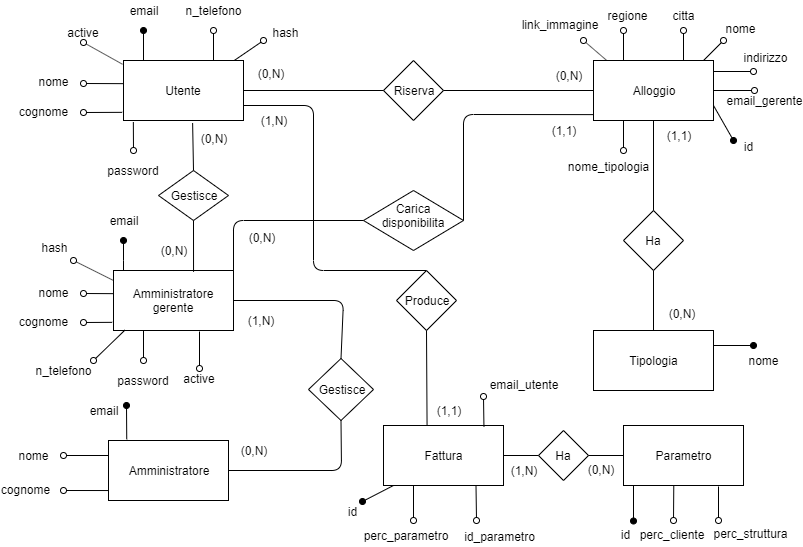
Before: Progettazione/Database.png, a diagram exported from draw.io (mattialazzaroni/Gestione-alloggi). Source tidied: cells renumbered, new cells last; positions are measured from the earlier drawing's top-left corner, leaving out a move shared by most shapes.
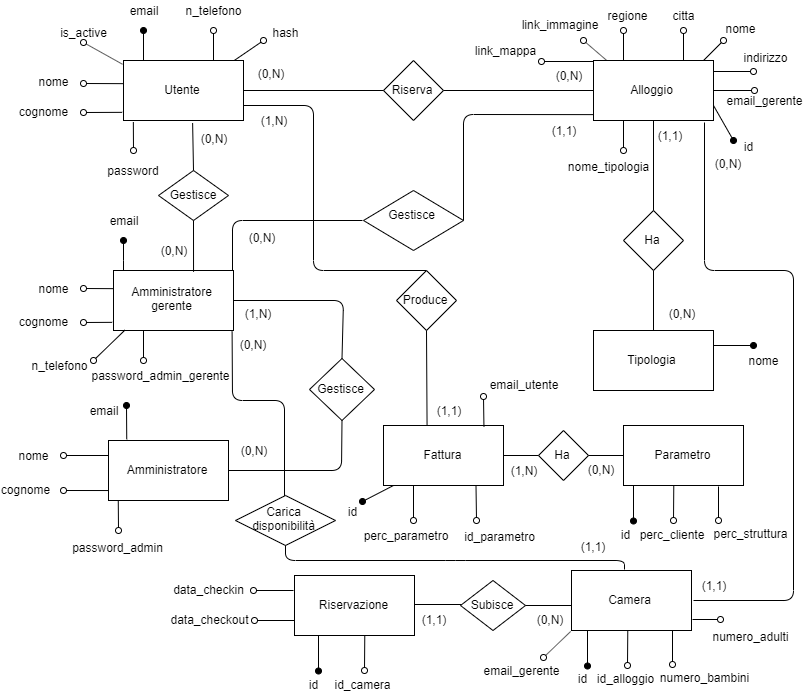
The same file after the commit.

The edit, as a diff of the source:
```diff
@@ -102,14 +102,15 @@
     <mxCell id="28" value="nome" style="text;html=1;strokeColor=none;fillColor=none;align=center;verticalAlign=middle;whiteSpace=wrap;rounded=0;fontSize=12;" parent="1" vertex="1">
       <mxGeometry x="738" y="350" width="40" height="20" as="geometry" />
     </mxCell>
-    <mxCell id="29" value="Carica disponibilita" style="rhombus;whiteSpace=wrap;html=1;fontSize=12;verticalAlign=middle;textDirection=ltr;spacingBottom=10;" parent="1" vertex="1">
+    <mxCell id="29" value="Gestisce" style="rhombus;whiteSpace=wrap;html=1;fontSize=12;verticalAlign=middle;textDirection=ltr;spacingBottom=10;" parent="1" vertex="1">
       <mxGeometry x="358" y="190" width="100" height="60" as="geometry" />
     </mxCell>
-    <mxCell id="30" style="endArrow=none;html=1;fontSize=12;exitX=0;exitY=0.5;exitDx=0;exitDy=0;" parent="1" edge="1" source="29">
+    <mxCell id="30" style="endArrow=none;html=1;fontSize=12;exitX=0;exitY=0.5;exitDx=0;exitDy=0;" parent="1" edge="1">
       <mxGeometry relative="1" as="geometry">
-        <mxPoint x="228" y="270" as="targetPoint" />
+        <mxPoint x="357" y="220" as="sourcePoint" />
+        <mxPoint x="227" y="270" as="targetPoint" />
         <Array as="points">
-          <mxPoint x="228" y="220" />
+          <mxPoint x="227" y="220" />
         </Array>
       </mxGeometry>
     </mxCell>
@@ -136,13 +137,14 @@
     <mxCell id="34" value="email" style="text;html=1;strokeColor=none;fillColor=none;align=center;verticalAlign=middle;whiteSpace=wrap;rounded=0;" parent="1" vertex="1">
       <mxGeometry x="78" y="210" width="80" height="20" as="geometry" />
     </mxCell>
-    <mxCell id="35" style="endArrow=none;html=1;entryX=0;entryY=0.386;entryDx=0;entryDy=0;startArrow=oval;startFill=0;entryPerimeter=0;" parent="1" edge="1" target="33">
+    <mxCell id="35" style="endArrow=none;html=1;entryX=0;entryY=0.386;entryDx=0;entryDy=0;startArrow=oval;startFill=0;entryPerimeter=0;" parent="1" edge="1">
       <mxGeometry relative="1" as="geometry">
-        <mxPoint x="78" y="293" as="sourcePoint" />
+        <mxPoint x="78" y="288" as="sourcePoint" />
+        <mxPoint x="108" y="288.2" as="targetPoint" />
       </mxGeometry>
     </mxCell>
     <mxCell id="36" value="nome" style="text;html=1;strokeColor=none;fillColor=none;align=center;verticalAlign=middle;whiteSpace=wrap;rounded=0;fontSize=12;" parent="1" vertex="1">
-      <mxGeometry x="28" y="282" width="40" height="20" as="geometry" />
+      <mxGeometry x="28" y="278" width="40" height="20" as="geometry" />
     </mxCell>
     <mxCell id="37" style="endArrow=none;html=1;entryX=-0.011;entryY=0.864;entryDx=0;entryDy=0;startArrow=oval;startFill=0;entryPerimeter=0;" parent="1" edge="1" target="33">
       <mxGeometry relative="1" as="geometry">
@@ -158,15 +160,15 @@
       </mxGeometry>
     </mxCell>
     <mxCell id="40" value="n_telefono" style="text;html=1;strokeColor=none;fillColor=none;align=center;verticalAlign=middle;whiteSpace=wrap;rounded=0;fontSize=12;" parent="1" vertex="1">
-      <mxGeometry x="38" y="360" width="40" height="20" as="geometry" />
+      <mxGeometry x="34" y="355" width="40" height="20" as="geometry" />
     </mxCell>
     <mxCell id="41" style="endArrow=none;html=1;fontSize=12;entryX=0.25;entryY=1;entryDx=0;entryDy=0;startArrow=oval;startFill=0;" parent="1" edge="1" target="33">
       <mxGeometry relative="1" as="geometry">
         <mxPoint x="138" y="360" as="sourcePoint" />
       </mxGeometry>
     </mxCell>
-    <mxCell id="42" value="password" style="text;html=1;strokeColor=none;fillColor=none;align=center;verticalAlign=middle;whiteSpace=wrap;rounded=0;fontSize=12;" parent="1" vertex="1">
-      <mxGeometry x="118" y="370" width="40" height="20" as="geometry" />
+    <mxCell id="42" value="password_admin_gerente" style="text;html=1;strokeColor=none;fillColor=none;align=center;verticalAlign=middle;whiteSpace=wrap;rounded=0;fontSize=12;" parent="1" vertex="1">
+      <mxGeometry x="135" y="365" width="40" height="20" as="geometry" />
     </mxCell>
     <mxCell id="43" value="Gestisce" style="rhombus;whiteSpace=wrap;html=1;fontSize=12;" parent="1" vertex="1">
       <mxGeometry x="153" y="170" width="70" height="50" as="geometry" />
@@ -190,7 +192,7 @@
       <mxGeometry x="543" y="65" width="40" height="20" as="geometry" />
     </mxCell>
     <mxCell id="50" value="(1,1)" style="text;html=1;strokeColor=none;fillColor=none;align=center;verticalAlign=middle;whiteSpace=wrap;rounded=0;fontSize=12;" parent="1" vertex="1">
-      <mxGeometry x="653" y="125" width="40" height="20" as="geometry" />
+      <mxGeometry x="644" y="125" width="40" height="20" as="geometry" />
     </mxCell>
     <mxCell id="51" value="(0,N)" style="text;html=1;strokeColor=none;fillColor=none;align=center;verticalAlign=middle;whiteSpace=wrap;rounded=0;fontSize=12;" parent="1" vertex="1">
       <mxGeometry x="656" y="303" width="40" height="20" as="geometry" />
@@ -232,7 +234,7 @@
       <mxGeometry x="378" y="425" width="120" height="60" as="geometry" />
     </mxCell>
     <mxCell id="62" value="Gestisce" style="rhombus;whiteSpace=wrap;html=1;" parent="1" vertex="1">
-      <mxGeometry x="303" y="358" width="65" height="62" as="geometry" />
+      <mxGeometry x="304" y="358" width="65" height="62" as="geometry" />
     </mxCell>
     <mxCell id="63" style="endArrow=none;html=1;entryX=1;entryY=0.5;entryDx=0;entryDy=0;exitX=0.5;exitY=0;exitDx=0;exitDy=0;" parent="1" edge="1" source="62" target="33">
       <mxGeometry relative="1" as="geometry">
@@ -252,7 +254,7 @@
       <mxGeometry x="228" y="440" width="40" height="20" as="geometry" />
     </mxCell>
     <mxCell id="66" value="(1,N)" style="text;html=1;strokeColor=none;fillColor=none;align=center;verticalAlign=middle;whiteSpace=wrap;rounded=0;" parent="1" vertex="1">
-      <mxGeometry x="235" y="310" width="40" height="20" as="geometry" />
+      <mxGeometry x="232" y="303" width="40" height="20" as="geometry" />
     </mxCell>
     <mxCell id="67" style="endArrow=none;html=1;entryX=1;entryY=0.75;entryDx=0;entryDy=0;exitX=0.5;exitY=0;exitDx=0;exitDy=0;" parent="1" edge="1" source="68" target="3">
       <mxGeometry relative="1" as="geometry">
@@ -373,29 +375,12 @@
     <mxCell id="97" value="hash" style="text;html=1;strokeColor=none;fillColor=none;align=center;verticalAlign=middle;whiteSpace=wrap;rounded=0;" parent="1" vertex="1">
       <mxGeometry x="260" y="22" width="40" height="20" as="geometry" />
     </mxCell>
-    <mxCell id="98" style="endArrow=none;html=1;startArrow=oval;startFill=0;" parent="1" edge="1">
-      <mxGeometry relative="1" as="geometry">
-        <mxPoint x="68" y="260" as="sourcePoint" />
-        <mxPoint x="108" y="280" as="targetPoint" />
-      </mxGeometry>
-    </mxCell>
-    <mxCell id="99" value="hash" style="text;html=1;strokeColor=none;fillColor=none;align=center;verticalAlign=middle;whiteSpace=wrap;rounded=0;" parent="1" vertex="1">
-      <mxGeometry x="28.5" y="237" width="40" height="20" as="geometry" />
-    </mxCell>
     <mxCell id="100" style="endArrow=none;html=1;startArrow=oval;startFill=0;entryX=-0.008;entryY=0.063;entryDx=0;entryDy=0;entryPerimeter=0;exitX=0.5;exitY=1;exitDx=0;exitDy=0;" parent="1" edge="1" source="101" target="3">
       <mxGeometry relative="1" as="geometry" />
     </mxCell>
-    <mxCell id="101" value="active" style="text;html=1;strokeColor=none;fillColor=none;align=center;verticalAlign=middle;whiteSpace=wrap;rounded=0;" parent="1" vertex="1">
+    <mxCell id="101" value="is_active" style="text;html=1;strokeColor=none;fillColor=none;align=center;verticalAlign=middle;whiteSpace=wrap;rounded=0;" parent="1" vertex="1">
       <mxGeometry x="58" y="22" width="40" height="20" as="geometry" />
     </mxCell>
-    <mxCell id="102" style="endArrow=none;html=1;startArrow=oval;startFill=0;exitX=0.5;exitY=0;exitDx=0;exitDy=0;" parent="1" edge="1" source="103">
-      <mxGeometry relative="1" as="geometry">
-        <mxPoint x="194" y="331" as="targetPoint" />
-      </mxGeometry>
-    </mxCell>
-    <mxCell id="103" value="active" style="text;html=1;strokeColor=none;fillColor=none;align=center;verticalAlign=middle;whiteSpace=wrap;rounded=0;" parent="1" vertex="1">
-      <mxGeometry x="174" y="368" width="40" height="20" as="geometry" />
-    </mxCell>
     <mxCell id="104" style="endArrow=none;html=1;fontSize=12;startArrow=oval;startFill=0;entryX=0.11;entryY=-0.001;entryDx=0;entryDy=0;entryPerimeter=0;" parent="1" edge="1" target="5">
       <mxGeometry relative="1" as="geometry">
         <mxPoint x="578" y="40" as="sourcePoint" />
@@ -421,5 +406,176 @@
     <mxCell id="109" value="indirizzo" style="text;html=1;strokeColor=none;fillColor=none;align=center;verticalAlign=middle;whiteSpace=wrap;rounded=0;fontSize=12;" parent="1" vertex="1">
       <mxGeometry x="740" y="47" width="40" height="20" as="geometry" />
     </mxCell>
+    <mxCell id="110" style="endArrow=none;html=1;fontSize=12;" parent="1" edge="1">
+      <mxGeometry relative="1" as="geometry">
+        <mxPoint x="699" y="122" as="sourcePoint" />
+        <mxPoint x="688" y="600" as="targetPoint" />
+        <Array as="points">
+          <mxPoint x="699" y="270" />
+          <mxPoint x="788" y="270" />
+          <mxPoint x="788" y="600" />
+        </Array>
+      </mxGeometry>
+    </mxCell>
+    <mxCell id="111" value="Camera" style="rounded=0;whiteSpace=wrap;html=1;" parent="1" vertex="1">
+      <mxGeometry x="566" y="570" width="120" height="60" as="geometry" />
+    </mxCell>
+    <mxCell id="112" value="Subisce" style="rhombus;whiteSpace=wrap;html=1;" parent="1" vertex="1">
+      <mxGeometry x="455" y="580" width="65" height="50" as="geometry" />
+    </mxCell>
+    <mxCell id="113" style="endArrow=none;html=1;entryX=1;entryY=0.5;entryDx=0;entryDy=0;" parent="1" edge="1" target="112">
+      <mxGeometry relative="1" as="geometry">
+        <mxPoint x="566" y="605" as="sourcePoint" />
+      </mxGeometry>
+    </mxCell>
+    <mxCell id="114" style="endArrow=none;html=1;entryX=1;entryY=0.5;entryDx=0;entryDy=0;" parent="1" edge="1">
+      <mxGeometry relative="1" as="geometry">
+        <mxPoint x="456" y="604" as="sourcePoint" />
+        <mxPoint x="407" y="604" as="targetPoint" />
+      </mxGeometry>
+    </mxCell>
+    <mxCell id="115" value="Riservazione" style="rounded=0;whiteSpace=wrap;html=1;" parent="1" vertex="1">
+      <mxGeometry x="289" y="575" width="120" height="60" as="geometry" />
+    </mxCell>
+    <mxCell id="116" style="endArrow=none;html=1;fontSize=12;exitX=0.98;exitY=1.017;exitDx=0;exitDy=0;exitPerimeter=0;" parent="1" edge="1">
+      <mxGeometry relative="1" as="geometry">
+        <mxPoint x="226.6" y="331" as="sourcePoint" />
+        <mxPoint x="279" y="510" as="targetPoint" />
+        <Array as="points">
+          <mxPoint x="227" y="400" />
+          <mxPoint x="279" y="400" />
+        </Array>
+      </mxGeometry>
+    </mxCell>
+    <mxCell id="117" value="Carica disponibilità" style="rhombus;whiteSpace=wrap;html=1;" parent="1" vertex="1">
+      <mxGeometry x="230" y="495" width="100" height="50" as="geometry" />
+    </mxCell>
+    <mxCell id="118" style="endArrow=none;html=1;entryX=0.5;entryY=1;entryDx=0;entryDy=0;exitX=0.425;exitY=-0.017;exitDx=0;exitDy=0;exitPerimeter=0;" parent="1" edge="1">
+      <mxGeometry relative="1" as="geometry">
+        <mxPoint x="619" y="569" as="sourcePoint" />
+        <mxPoint x="280" y="545" as="targetPoint" />
+        <Array as="points">
+          <mxPoint x="619" y="560" />
+          <mxPoint x="450" y="560" />
+          <mxPoint x="280" y="560" />
+        </Array>
+      </mxGeometry>
+    </mxCell>
+    <mxCell id="119" value="(1,1)" style="text;html=1;strokeColor=none;fillColor=none;align=center;verticalAlign=middle;whiteSpace=wrap;rounded=0;fontSize=12;" parent="1" vertex="1">
+      <mxGeometry x="688" y="575" width="40" height="20" as="geometry" />
+    </mxCell>
+    <mxCell id="120" value="(0,N)" style="text;html=1;strokeColor=none;fillColor=none;align=center;verticalAlign=middle;whiteSpace=wrap;rounded=0;fontSize=12;" parent="1" vertex="1">
+      <mxGeometry x="702" y="153" width="40" height="20" as="geometry" />
+    </mxCell>
+    <mxCell id="121" value="(0,N)" style="text;html=1;strokeColor=none;fillColor=none;align=center;verticalAlign=middle;whiteSpace=wrap;rounded=0;" parent="1" vertex="1">
+      <mxGeometry x="227" y="334" width="40" height="20" as="geometry" />
+    </mxCell>
+    <mxCell id="122" value="(1,1)" style="text;html=1;strokeColor=none;fillColor=none;align=center;verticalAlign=middle;whiteSpace=wrap;rounded=0;" parent="1" vertex="1">
+      <mxGeometry x="567" y="536" width="40" height="20" as="geometry" />
+    </mxCell>
+    <mxCell id="123" value="(0,N)" style="text;html=1;strokeColor=none;fillColor=none;align=center;verticalAlign=middle;whiteSpace=wrap;rounded=0;fontSize=12;" parent="1" vertex="1">
+      <mxGeometry x="524" y="609" width="40" height="20" as="geometry" />
+    </mxCell>
+    <mxCell id="124" value="(1,1)" style="text;html=1;strokeColor=none;fillColor=none;align=center;verticalAlign=middle;whiteSpace=wrap;rounded=0;fontSize=12;" parent="1" vertex="1">
+      <mxGeometry x="408" y="609" width="40" height="20" as="geometry" />
+    </mxCell>
+    <mxCell id="125" style="endArrow=none;html=1;fontSize=12;startArrow=oval;startFill=0;entryX=0.013;entryY=0.05;entryDx=0;entryDy=0;entryPerimeter=0;" parent="1" edge="1">
+      <mxGeometry relative="1" as="geometry">
+        <mxPoint x="536" y="61" as="sourcePoint" />
+        <mxPoint x="587.6" y="61" as="targetPoint" />
+      </mxGeometry>
+    </mxCell>
+    <mxCell id="126" value="link_mappa" style="text;html=1;strokeColor=none;fillColor=none;align=center;verticalAlign=middle;whiteSpace=wrap;rounded=0;fontSize=12;" parent="1" vertex="1">
+      <mxGeometry x="480" y="40" width="40" height="20" as="geometry" />
+    </mxCell>
+    <mxCell id="127" style="endArrow=none;html=1;fontSize=12;startArrow=oval;startFill=0;entryX=-0.002;entryY=0.834;entryDx=0;entryDy=0;entryPerimeter=0;" parent="1" edge="1">
+      <mxGeometry relative="1" as="geometry">
+        <mxPoint x="113" y="530" as="sourcePoint" />
+        <mxPoint x="112.8" y="500" as="targetPoint" />
+      </mxGeometry>
+    </mxCell>
+    <mxCell id="128" value="password_admin" style="text;html=1;strokeColor=none;fillColor=none;align=center;verticalAlign=middle;whiteSpace=wrap;rounded=0;fontSize=12;" parent="1" vertex="1">
+      <mxGeometry x="92" y="537" width="40" height="20" as="geometry" />
+    </mxCell>
+    <mxCell id="129" style="endArrow=none;html=1;startArrow=oval;startFill=1;" parent="1" edge="1">
+      <mxGeometry relative="1" as="geometry">
+        <mxPoint x="582" y="665.5" as="sourcePoint" />
+        <mxPoint x="582" y="630" as="targetPoint" />
+      </mxGeometry>
+    </mxCell>
+    <mxCell id="130" value="id" style="text;html=1;strokeColor=none;fillColor=none;align=center;verticalAlign=middle;whiteSpace=wrap;rounded=0;" parent="1" vertex="1">
+      <mxGeometry x="557" y="668" width="40" height="20" as="geometry" />
+    </mxCell>
+    <mxCell id="131" style="endArrow=none;html=1;entryX=0.419;entryY=0.997;entryDx=0;entryDy=0;entryPerimeter=0;startArrow=oval;startFill=0;" parent="1" edge="1">
+      <mxGeometry relative="1" as="geometry">
+        <mxPoint x="622" y="665" as="sourcePoint" />
+        <mxPoint x="622.3" y="629.8" as="targetPoint" />
+      </mxGeometry>
+    </mxCell>
+    <mxCell id="132" style="endArrow=none;html=1;startArrow=oval;startFill=0;" parent="1" edge="1">
+      <mxGeometry relative="1" as="geometry">
+        <mxPoint x="667" y="664" as="sourcePoint" />
+        <mxPoint x="667" y="630" as="targetPoint" />
+      </mxGeometry>
+    </mxCell>
+    <mxCell id="133" value="id_alloggio" style="text;html=1;strokeColor=none;fillColor=none;align=center;verticalAlign=middle;whiteSpace=wrap;rounded=0;" parent="1" vertex="1">
+      <mxGeometry x="600" y="668" width="40" height="20" as="geometry" />
+    </mxCell>
+    <mxCell id="134" value="numero_bambini" style="text;html=1;strokeColor=none;fillColor=none;align=center;verticalAlign=middle;whiteSpace=wrap;rounded=0;" parent="1" vertex="1">
+      <mxGeometry x="679" y="667" width="40" height="20" as="geometry" />
+    </mxCell>
+    <mxCell id="135" style="endArrow=none;html=1;startArrow=oval;startFill=1;" parent="1" edge="1">
+      <mxGeometry relative="1" as="geometry">
+        <mxPoint x="313" y="670.5" as="sourcePoint" />
+        <mxPoint x="313" y="635" as="targetPoint" />
+      </mxGeometry>
+    </mxCell>
+    <mxCell id="136" value="id" style="text;html=1;strokeColor=none;fillColor=none;align=center;verticalAlign=middle;whiteSpace=wrap;rounded=0;" parent="1" vertex="1">
+      <mxGeometry x="288" y="674" width="40" height="20" as="geometry" />
+    </mxCell>
+    <mxCell id="137" style="endArrow=none;html=1;entryX=0.419;entryY=0.997;entryDx=0;entryDy=0;entryPerimeter=0;startArrow=oval;startFill=0;" parent="1" edge="1">
+      <mxGeometry relative="1" as="geometry">
+        <mxPoint x="359" y="670" as="sourcePoint" />
+        <mxPoint x="359.3" y="634.8" as="targetPoint" />
+      </mxGeometry>
+    </mxCell>
+    <mxCell id="138" value="id_camera" style="text;html=1;strokeColor=none;fillColor=none;align=center;verticalAlign=middle;whiteSpace=wrap;rounded=0;" parent="1" vertex="1">
+      <mxGeometry x="337" y="674" width="40" height="20" as="geometry" />
+    </mxCell>
+    <mxCell id="139" style="endArrow=none;html=1;startArrow=oval;startFill=0;" parent="1" edge="1">
+      <mxGeometry relative="1" as="geometry">
+        <mxPoint x="248" y="590" as="sourcePoint" />
+        <mxPoint x="288" y="590" as="targetPoint" />
+      </mxGeometry>
+    </mxCell>
+    <mxCell id="140" value="data_checkin" style="text;html=1;strokeColor=none;fillColor=none;align=center;verticalAlign=middle;whiteSpace=wrap;rounded=0;" parent="1" vertex="1">
+      <mxGeometry x="184" y="579" width="40" height="20" as="geometry" />
+    </mxCell>
+    <mxCell id="141" style="endArrow=none;html=1;startArrow=oval;startFill=0;" parent="1" edge="1">
+      <mxGeometry relative="1" as="geometry">
+        <mxPoint x="249" y="620" as="sourcePoint" />
+        <mxPoint x="289" y="620" as="targetPoint" />
+      </mxGeometry>
+    </mxCell>
+    <mxCell id="142" value="data_checkout" style="text;html=1;strokeColor=none;fillColor=none;align=center;verticalAlign=middle;whiteSpace=wrap;rounded=0;" parent="1" vertex="1">
+      <mxGeometry x="184" y="609" width="40" height="20" as="geometry" />
+    </mxCell>
+    <mxCell id="143" style="endArrow=none;html=1;startArrow=oval;startFill=0;" parent="1" edge="1">
+      <mxGeometry relative="1" as="geometry">
+        <mxPoint x="715" y="619" as="sourcePoint" />
+        <mxPoint x="687" y="619" as="targetPoint" />
+      </mxGeometry>
+    </mxCell>
+    <mxCell id="144" value="numero_adulti" style="text;html=1;strokeColor=none;fillColor=none;align=center;verticalAlign=middle;whiteSpace=wrap;rounded=0;" parent="1" vertex="1">
+      <mxGeometry x="725" y="626" width="40" height="20" as="geometry" />
+    </mxCell>
+    <mxCell id="145" style="endArrow=none;html=1;startArrow=oval;startFill=0;entryX=1.03;entryY=1.097;entryDx=0;entryDy=0;entryPerimeter=0;" parent="1" edge="1" target="123">
+      <mxGeometry relative="1" as="geometry">
+        <mxPoint x="538" y="657" as="sourcePoint" />
+      </mxGeometry>
+    </mxCell>
+    <mxCell id="146" value="email_gerente" style="text;html=1;strokeColor=none;fillColor=none;align=center;verticalAlign=middle;whiteSpace=wrap;rounded=0;" parent="1" vertex="1">
+      <mxGeometry x="496" y="660" width="40" height="20" as="geometry" />
+    </mxCell>
   </root>
 </mxGraphModel>
```
